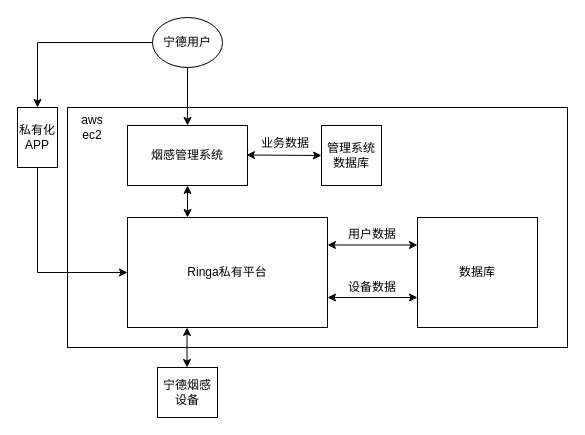
The draw.io diagram 宁德烟感私有化方案.drawio in DcBunny/experience-summary, before the edit. Source tidied: cells renumbered, new cells numbered last; positions are measured from the earlier drawing's top-left corner, leaving out a move shared by most shapes. Both pictures are drawn from the tidied source at 100%, with x=0, y=0 at pixel (17, 17).
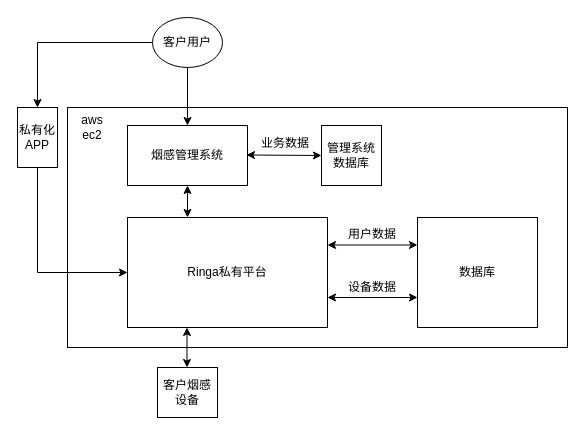
The same diagram, later.

Commit message (it also covers changes not shown here):
Update 宁德烟感私有化方案.drawio

What changed in the source:
```diff
@@
-    <mxCell id="8" value="宁德烟感设备" style="rounded=0;whiteSpace=wrap;html=1;" parent="1" vertex="1">
+    <mxCell id="8" value="客户烟感设备" style="rounded=0;whiteSpace=wrap;html=1;" parent="1" vertex="1">
       <mxGeometry x="140" y="350" width="60" height="50" as="geometry" />
     </mxCell>
@@
-    <mxCell id="11" value="宁德用户" style="ellipse;whiteSpace=wrap;html=1;" parent="1" vertex="1">
+    <mxCell id="11" value="客户用户" style="ellipse;whiteSpace=wrap;html=1;" parent="1" vertex="1">
       <mxGeometry x="135" width="70" height="50" as="geometry" />
     </mxCell>
```
